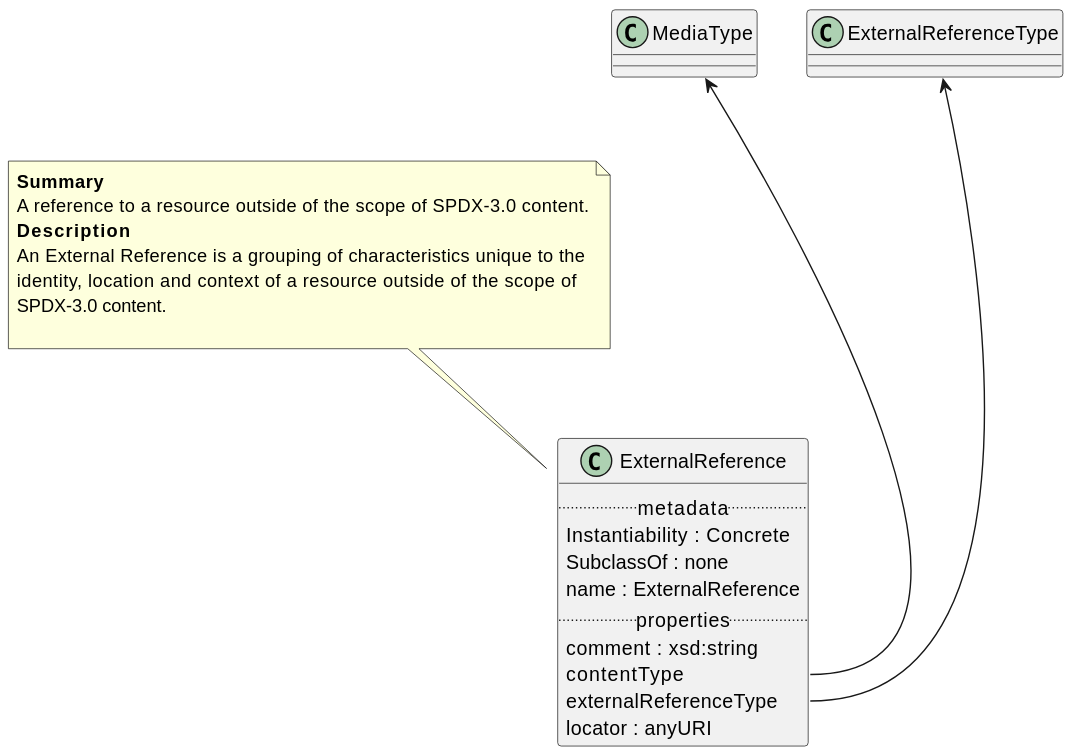
maxhbr/spec-parser.hs keeps this PlantUML diagram as Classes/ExternalReference.svg. Above is the earlier version.
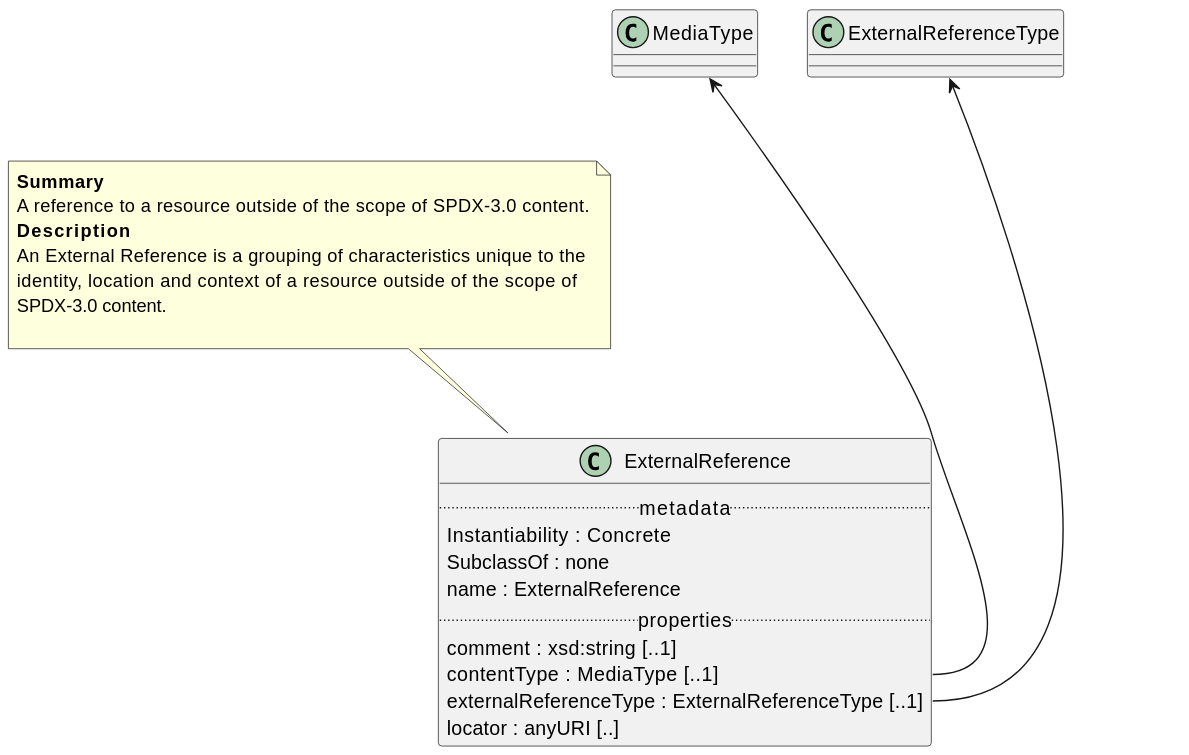
After the change.

Change to the diagram source:
```diff
@@ -5,10 +5,10 @@
     SubclassOf : none
     name : ExternalReference
 .. properties ..
-    comment : xsd:string
-    contentType
-    externalReferenceType
-    locator : anyURI
+    comment : xsd:string [..1]
+    contentType : MediaType [..1]
+    externalReferenceType : ExternalReferenceType [..1]
+    locator : anyURI [..]
 }
 note top of ExternalReference
 <b>Summary</b>
```
